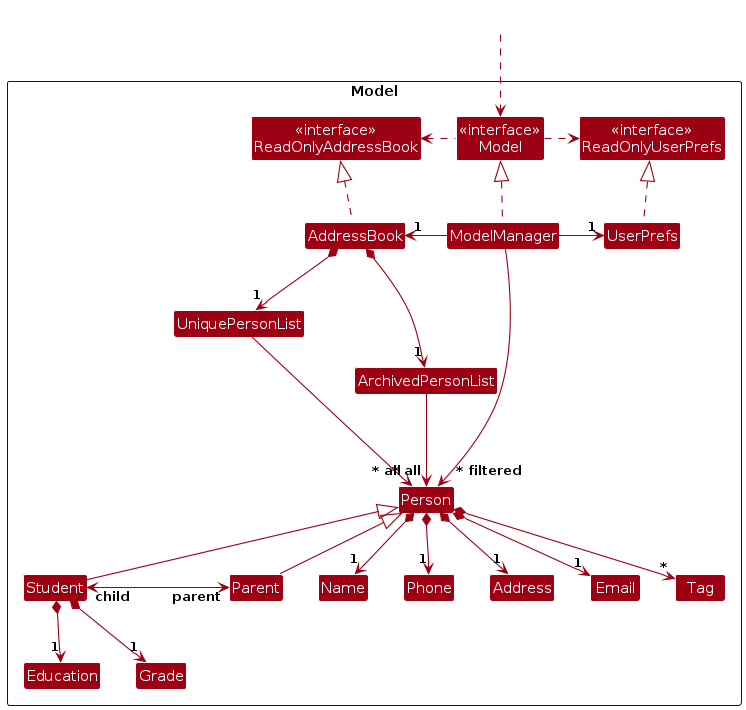
This is diagrams/ModelClassDiagram.png from AY2425-CS2103T-T09-4/tp, a PlantUML export, as it was before one commit. Its source is kept beside it as diagrams/ModelClassDiagram.puml.
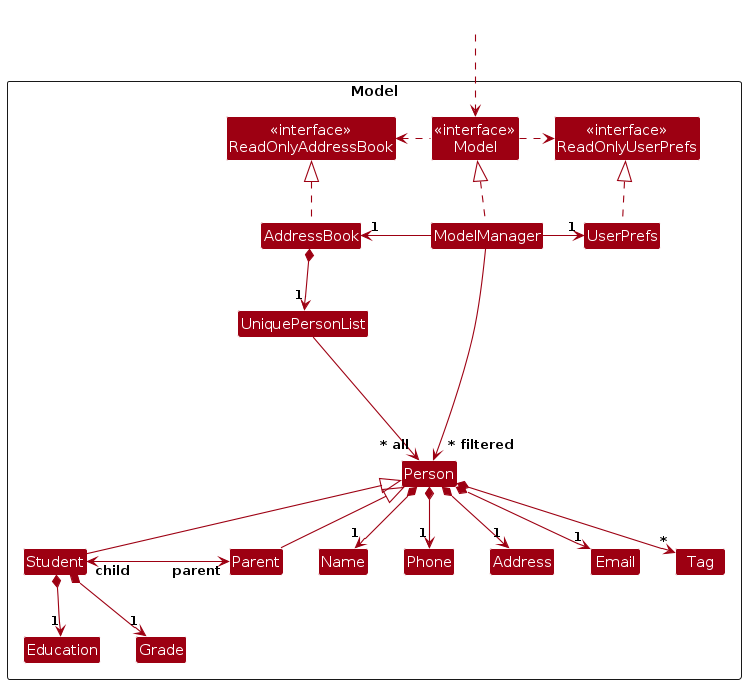
The same diagram one commit later.

The edit, as a diff of the source:
```diff
@@ -12,7 +12,6 @@
 Class ModelManager
 Class UserPrefs
 
-Class ArchivedPersonList
 Class UniquePersonList
 Class Person
 Class Address
@@ -41,8 +40,6 @@
 UserPrefs .up.|> ReadOnlyUserPrefs
 
 AddressBook *--> "1" UniquePersonList
-AddressBook *--> "1" ArchivedPersonList
-ArchivedPersonList --> "~* all" Person
 UniquePersonList --> "~* all" Person
 Person *--> "1" Name
 Person *--> "1" Phone
```
